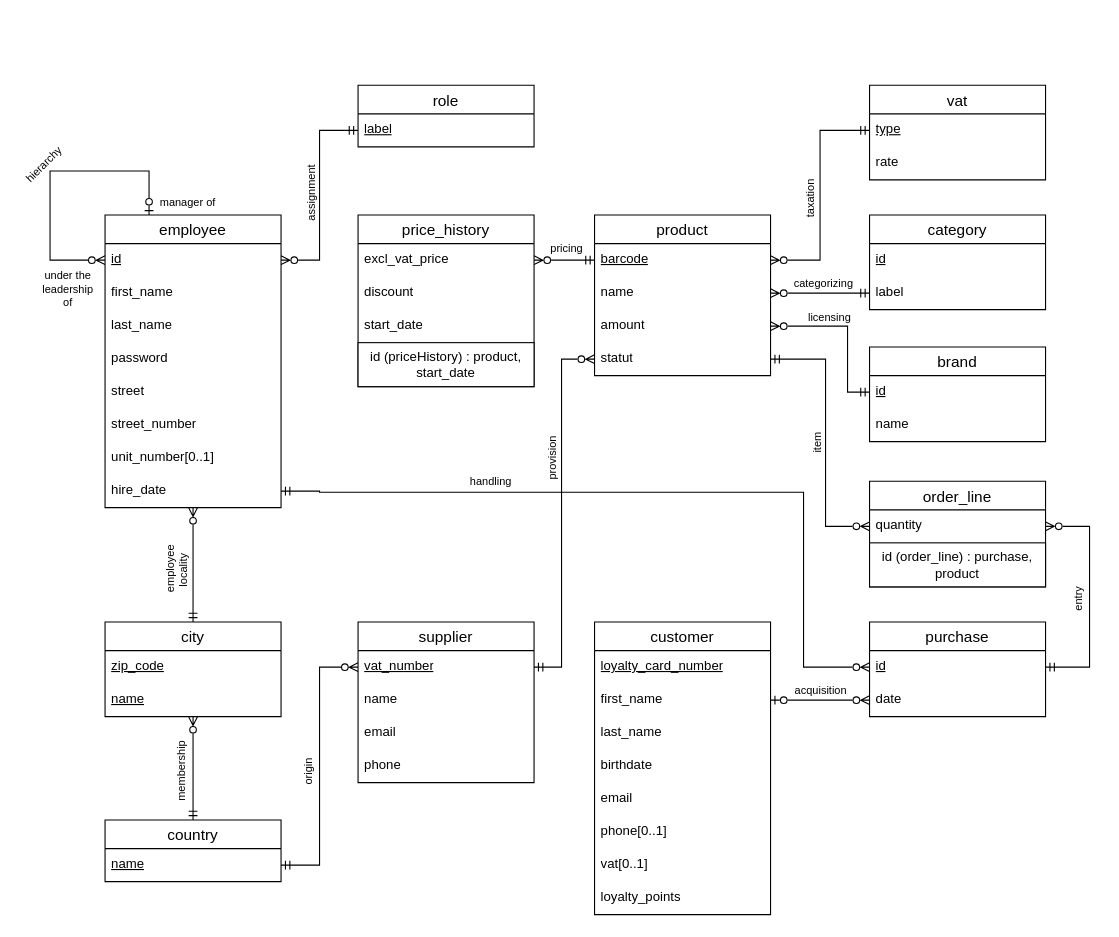
Earlier version of the draw.io diagram docs/DB/ER_diagram.drawio (maxoux53/petit-bazar). Source tidied: cells renumbered, new cells numbered last; positions are measured from the earlier drawing's top-left corner, leaving out a move shared by most shapes. Both pictures are drawn from the tidied source at 110%, with x=0, y=0 at pixel (16, 85).
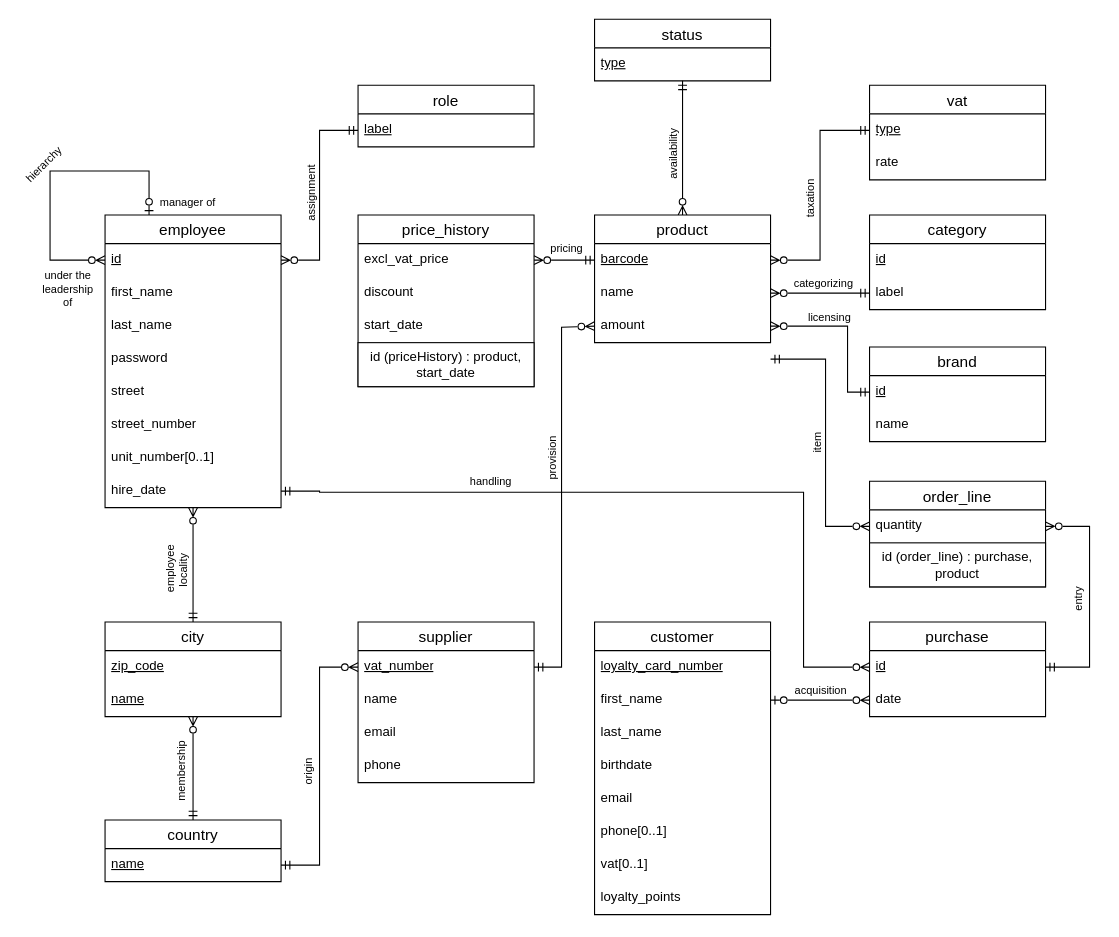
Above is the later version.

Commit message (it also covers changes not shown here):
last update 🤞 (new entity + rename "status")

Unchanged cells that the change refers to:
```xml
<mxCell id="16" value="amount" style="text;strokeColor=none;fillColor=none;spacingLeft=4;spacingRight=4;overflow=hidden;points=[[0,0.5],[1,0.5]];portConstraint=eastwest;fontSize=12;whiteSpace=wrap;html=1;" parent="13" vertex="1">
  <mxGeometry y="86" width="160" height="30" as="geometry" />
</mxCell>
<mxCell id="22" value="&lt;u&gt;vat_number&lt;/u&gt;" style="text;strokeColor=none;fillColor=none;spacingLeft=4;spacingRight=4;overflow=hidden;points=[[0,0.5],[1,0.5]];portConstraint=eastwest;fontSize=12;whiteSpace=wrap;html=1;" parent="21" vertex="1">
  <mxGeometry y="26" width="160" height="30" as="geometry" />
</mxCell>
<mxCell id="51" value="quantity" style="text;strokeColor=none;fillColor=none;spacingLeft=4;spacingRight=4;overflow=hidden;points=[[0,0.5],[1,0.5]];portConstraint=eastwest;fontSize=12;whiteSpace=wrap;html=1;" parent="50" vertex="1">
  <mxGeometry y="26" width="160" height="30" as="geometry" />
</mxCell>
```

Diff of the diagram source:
```diff
@@
+    <mxCell id="87" style="edgeStyle=orthogonalEdgeStyle;rounded=0;jettySize=auto;html=1;exitX=0.5;exitY=0;exitDx=0;exitDy=0;endArrow=ERmandOne;endFill=0;startArrow=ERzeroToMany;startFill=0;" parent="1" edge="1" source="13" target="89">
+      <mxGeometry relative="1" as="geometry" />
+    </mxCell>
+    <mxCell id="88" value="&lt;font style=&quot;font-size: 10px;&quot;&gt;availability&lt;/font&gt;" style="edgeLabel;html=1;align=center;verticalAlign=middle;rotation=-90;" parent="87" vertex="1">
+      <mxGeometry x="-0.15" y="-1" relative="1" as="geometry">
+        <mxPoint x="-11" y="-2" as="offset" />
+      </mxGeometry>
+    </mxCell>
     <mxCell id="13" value="product" style="swimlane;fontStyle=0;horizontal=1;startSize=26;align=center;fontSize=14;" parent="1" vertex="1">
-      <mxGeometry x="525" y="118" width="160" height="146" as="geometry" />
+      <mxGeometry x="525" y="118" width="160" height="116" as="geometry" />
     </mxCell>
@@
-    <mxCell id="17" value="statut" style="text;strokeColor=none;fillColor=none;spacingLeft=4;spacingRight=4;overflow=hidden;points=[[0,0.5],[1,0.5]];portConstraint=eastwest;fontSize=12;whiteSpace=wrap;html=1;" parent="13" vertex="1">
-      <mxGeometry y="116" width="160" height="30" as="geometry" />
-    </mxCell>
@@
-    <mxCell id="54" style="edgeStyle=orthogonalEdgeStyle;rounded=0;jettySize=auto;html=1;exitX=1;exitY=0.5;exitDx=0;exitDy=0;endArrow=ERzeroToMany;endFill=0;startArrow=ERmandOne;startFill=0;entryX=0;entryY=0.5;entryDx=0;entryDy=0;" parent="1" edge="1" source="22" target="17">
+    <mxCell id="54" style="edgeStyle=orthogonalEdgeStyle;rounded=0;jettySize=auto;html=1;exitX=1;exitY=0.5;exitDx=0;exitDy=0;endArrow=ERzeroToMany;endFill=0;startArrow=ERmandOne;startFill=0;entryX=0;entryY=0.5;entryDx=0;entryDy=0;" parent="1" edge="1" source="22" target="16">
       <mxGeometry relative="1" as="geometry">
         <Array as="points">
           <mxPoint x="495" y="529" />
-          <mxPoint x="495" y="249" />
+          <mxPoint x="495" y="220" />
         </Array>
       </mxGeometry>
     </mxCell>
@@
-    <mxCell id="57" style="edgeStyle=orthogonalEdgeStyle;rounded=0;jettySize=auto;html=1;exitX=1;exitY=0.5;exitDx=0;exitDy=0;entryX=0;entryY=0.5;entryDx=0;entryDy=0;endArrow=ERzeroToMany;endFill=0;startArrow=ERmandOne;startFill=0;" parent="1" edge="1" source="17" target="51">
+    <mxCell id="57" style="edgeStyle=orthogonalEdgeStyle;rounded=0;jettySize=auto;html=1;exitX=1;exitY=0.5;exitDx=0;exitDy=0;entryX=0;entryY=0.5;entryDx=0;entryDy=0;endArrow=ERzeroToMany;endFill=0;startArrow=ERmandOne;startFill=0;" parent="1" edge="1" target="51">
       <mxGeometry relative="1" as="geometry">
+        <mxPoint x="685" y="249" as="sourcePoint" />
         <Array as="points">
           <mxPoint x="735" y="249" />
           <mxPoint x="735" y="401" />
         </Array>
       </mxGeometry>
     </mxCell>
@@
+    <mxCell id="89" value="status" style="swimlane;fontStyle=0;horizontal=1;startSize=26;align=center;fontSize=14;" parent="1" vertex="1">
+      <mxGeometry x="525" y="-60" width="160" height="56" as="geometry" />
+    </mxCell>
+    <mxCell id="90" value="&lt;u&gt;type&lt;/u&gt;" style="text;strokeColor=none;fillColor=none;spacingLeft=4;spacingRight=4;overflow=hidden;fontSize=12;whiteSpace=wrap;html=1;" parent="89" vertex="1">
+      <mxGeometry y="26" width="160" height="30" as="geometry" />
+    </mxCell>
```
